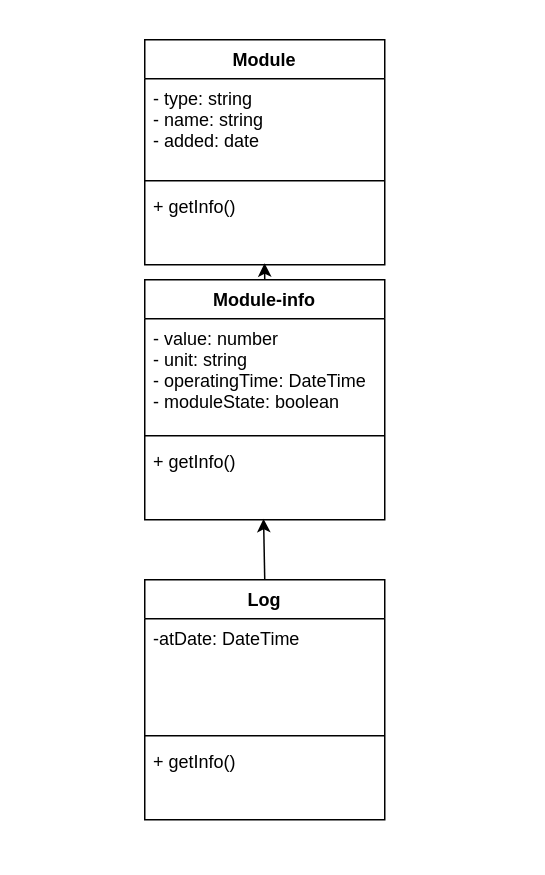
Before: Docs/uml/drawio/classes.drawio in AntoineRb/IOT-Monitoring-App, a draw.io diagram. Source tidied: cells renumbered, new cells numbered last; positions are measured from the earlier drawing's top-left corner, leaving out a move shared by most shapes. Both pictures are drawn from the tidied source at 150%, with x=0, y=0 at pixel (144, 39).
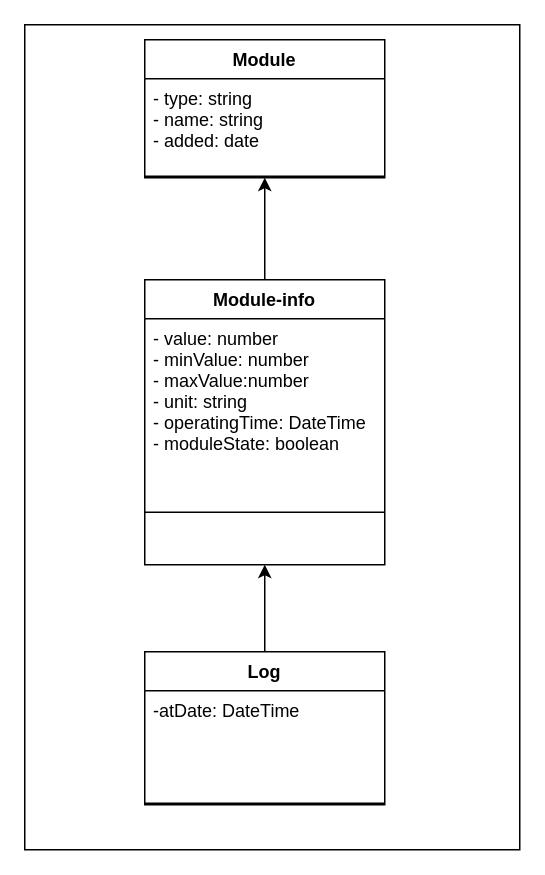
After the change.

The edit, as a diff of the source:
```diff
@@
-<mxGraphModel>
+<mxGraphModel background="#ffffff">
   <root>
     <mxCell id="0" />
     <mxCell id="1" parent="0" />
-    <mxCell id="2" value="Module" style="swimlane;fontStyle=1;align=center;verticalAlign=top;horizontal=1;startSize=26;" parent="1" vertex="1">
-      <mxGeometry width="160" height="150" as="geometry" />
+    <mxCell id="2" value="Module" style="swimlane;fontStyle=1;align=center;verticalAlign=top;horizontal=1;startSize=26;fontColor=#000000;labelBackgroundColor=none;fillColor=none;strokeColor=#000000;" parent="1" vertex="1">
+      <mxGeometry width="160" height="92" as="geometry" />
     </mxCell>
-    <mxCell id="3" value="- type: string&#10;- name: string&#10;- added: date&#10;" style="text;strokeColor=none;fillColor=none;align=left;verticalAlign=top;spacingLeft=4;spacingRight=4;overflow=hidden;" parent="2" vertex="1">
+    <mxCell id="3" value="- type: string&#10;- name: string&#10;- added: date&#10;" style="text;strokeColor=none;fillColor=none;align=left;verticalAlign=top;spacingLeft=4;spacingRight=4;overflow=hidden;fontColor=#000000;" parent="2" vertex="1">
       <mxGeometry y="26" width="160" height="64" as="geometry" />
     </mxCell>
     <mxCell id="4" style="line;strokeWidth=1;fillColor=none;align=left;verticalAlign=middle;spacingTop=-1;spacingLeft=3;spacingRight=3;labelPosition=right;" parent="2" vertex="1">
-      <mxGeometry y="90" width="160" height="8" as="geometry" />
+      <mxGeometry y="90" width="160" height="2" as="geometry" />
     </mxCell>
-    <mxCell id="5" value="+ getInfo()" style="text;strokeColor=none;fillColor=none;align=left;verticalAlign=top;spacingLeft=4;spacingRight=4;overflow=hidden;points=[[0,0.5],[1,0.5]];portConstraint=eastwest;" parent="2" vertex="1">
-      <mxGeometry y="98" width="160" height="52" as="geometry" />
-    </mxCell>
-    <mxCell id="6" style="edgeStyle=none;html=1;exitX=0.5;exitY=0;exitDx=0;exitDy=0;entryX=0.495;entryY=0.988;entryDx=0;entryDy=0;entryPerimeter=0;" parent="1" edge="1" source="7" target="15">
+    <mxCell id="6" style="edgeStyle=none;html=1;exitX=0.5;exitY=0;exitDx=0;exitDy=0;strokeColor=#000000;entryX=0.5;entryY=1;entryDx=0;entryDy=0;" parent="1" edge="1" source="7" target="12">
       <mxGeometry relative="1" as="geometry" />
     </mxCell>
-    <mxCell id="7" value="Log" style="swimlane;fontStyle=1;align=center;verticalAlign=top;horizontal=1;startSize=26;" parent="1" vertex="1">
-      <mxGeometry y="360" width="160" height="160" as="geometry" />
+    <mxCell id="7" value="Log" style="swimlane;fontStyle=1;align=center;verticalAlign=top;horizontal=1;startSize=26;fontColor=#000000;labelBackgroundColor=none;fillColor=none;strokeColor=#000000;" parent="1" vertex="1">
+      <mxGeometry y="408" width="160" height="102" as="geometry" />
     </mxCell>
-    <mxCell id="8" value="-atDate: DateTime" style="text;strokeColor=none;fillColor=none;align=left;verticalAlign=top;spacingLeft=4;spacingRight=4;overflow=hidden;" parent="7" vertex="1">
+    <mxCell id="8" value="-atDate: DateTime" style="text;strokeColor=none;fillColor=none;align=left;verticalAlign=top;spacingLeft=4;spacingRight=4;overflow=hidden;fontColor=#000000;" parent="7" vertex="1">
       <mxGeometry y="26" width="160" height="74" as="geometry" />
     </mxCell>
     <mxCell id="9" style="line;strokeWidth=1;fillColor=none;align=left;verticalAlign=middle;spacingTop=-1;spacingLeft=3;spacingRight=3;labelPosition=right;" parent="7" vertex="1">
-      <mxGeometry y="100" width="160" height="8" as="geometry" />
+      <mxGeometry y="100" width="160" height="2" as="geometry" />
     </mxCell>
-    <mxCell id="10" value="+ getInfo()" style="text;strokeColor=none;fillColor=none;align=left;verticalAlign=top;spacingLeft=4;spacingRight=4;overflow=hidden;" parent="7" vertex="1">
-      <mxGeometry y="108" width="160" height="52" as="geometry" />
-    </mxCell>
-    <mxCell id="11" style="edgeStyle=none;html=1;exitX=0.5;exitY=0;exitDx=0;exitDy=0;entryX=0.499;entryY=0.981;entryDx=0;entryDy=0;entryPerimeter=0;" parent="1" edge="1" source="12" target="5">
+    <mxCell id="11" style="edgeStyle=none;html=1;exitX=0.5;exitY=0;exitDx=0;exitDy=0;entryX=0.5;entryY=1;entryDx=0;entryDy=0;strokeColor=#000000;" parent="1" edge="1" source="12" target="2">
       <mxGeometry relative="1" as="geometry" />
     </mxCell>
-    <mxCell id="12" value="Module-info" style="swimlane;fontStyle=1;align=center;verticalAlign=top;horizontal=1;startSize=26;" parent="1" vertex="1">
-      <mxGeometry y="160" width="160" height="160" as="geometry" />
+    <mxCell id="12" value="Module-info" style="swimlane;fontStyle=1;align=center;verticalAlign=top;horizontal=1;startSize=26;fontColor=#000000;labelBackgroundColor=none;fillColor=none;strokeColor=#000000;" parent="1" vertex="1">
+      <mxGeometry y="160" width="160" height="190" as="geometry" />
     </mxCell>
-    <mxCell id="13" value="- value: number&#10;- unit: string&#10;- operatingTime: DateTime&#10;- moduleState: boolean" style="text;strokeColor=none;fillColor=none;align=left;verticalAlign=top;spacingLeft=4;spacingRight=4;overflow=hidden;" parent="12" vertex="1">
-      <mxGeometry y="26" width="160" height="74" as="geometry" />
+    <mxCell id="13" value="- value: number&#10;- minValue: number&#10;- maxValue:number&#10;- unit: string&#10;- operatingTime: DateTime&#10;- moduleState: boolean" style="text;strokeColor=none;fillColor=none;align=left;verticalAlign=top;spacingLeft=4;spacingRight=4;overflow=hidden;fontColor=#000000;labelBorderColor=none;" parent="12" vertex="1">
+      <mxGeometry y="26" width="160" height="94" as="geometry" />
     </mxCell>
     <mxCell id="14" style="line;strokeWidth=1;fillColor=none;align=left;verticalAlign=middle;spacingTop=-1;spacingLeft=3;spacingRight=3;labelPosition=right;" parent="12" vertex="1">
-      <mxGeometry y="100" width="160" height="8" as="geometry" />
+      <mxGeometry y="120" width="160" height="70" as="geometry" />
     </mxCell>
-    <mxCell id="15" value="+ getInfo()" style="text;strokeColor=none;fillColor=none;align=left;verticalAlign=top;spacingLeft=4;spacingRight=4;overflow=hidden;points=[[0,0.5],[1,0.5]];portConstraint=eastwest;" parent="12" vertex="1">
-      <mxGeometry y="108" width="160" height="52" as="geometry" />
-    </mxCell>
+    <mxCell id="16" style="rounded=0;whiteSpace=wrap;html=1;labelBackgroundColor=none;labelBorderColor=#000000;fontColor=#000000;strokeColor=#000000;fillColor=none;" parent="1" vertex="1">
+      <mxGeometry x="-80" y="-10" width="330" height="550" as="geometry" />
+    </mxCell>
   </root>
 </mxGraphModel>
```
